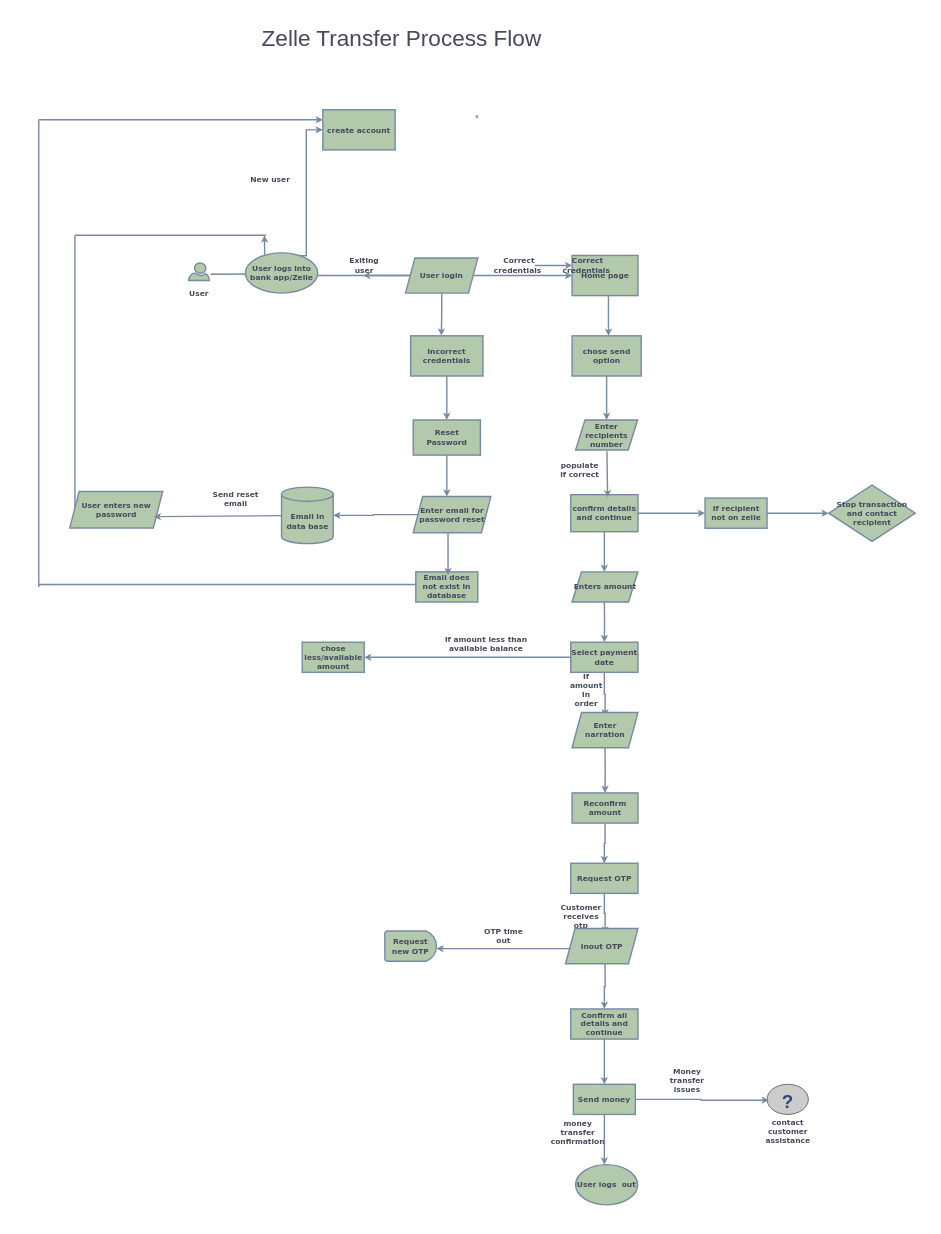
The draw.io diagram Zelle Transfer.drawio in Iriakuma/BusinessProcess-Flow, before the edit. Source tidied: cells renumbered, new cells numbered last; positions are measured from the earlier drawing's top-left corner, leaving out a move shared by most shapes. Both pictures are drawn from the tidied source at 47%, with x=0, y=0 at pixel (8, 8).
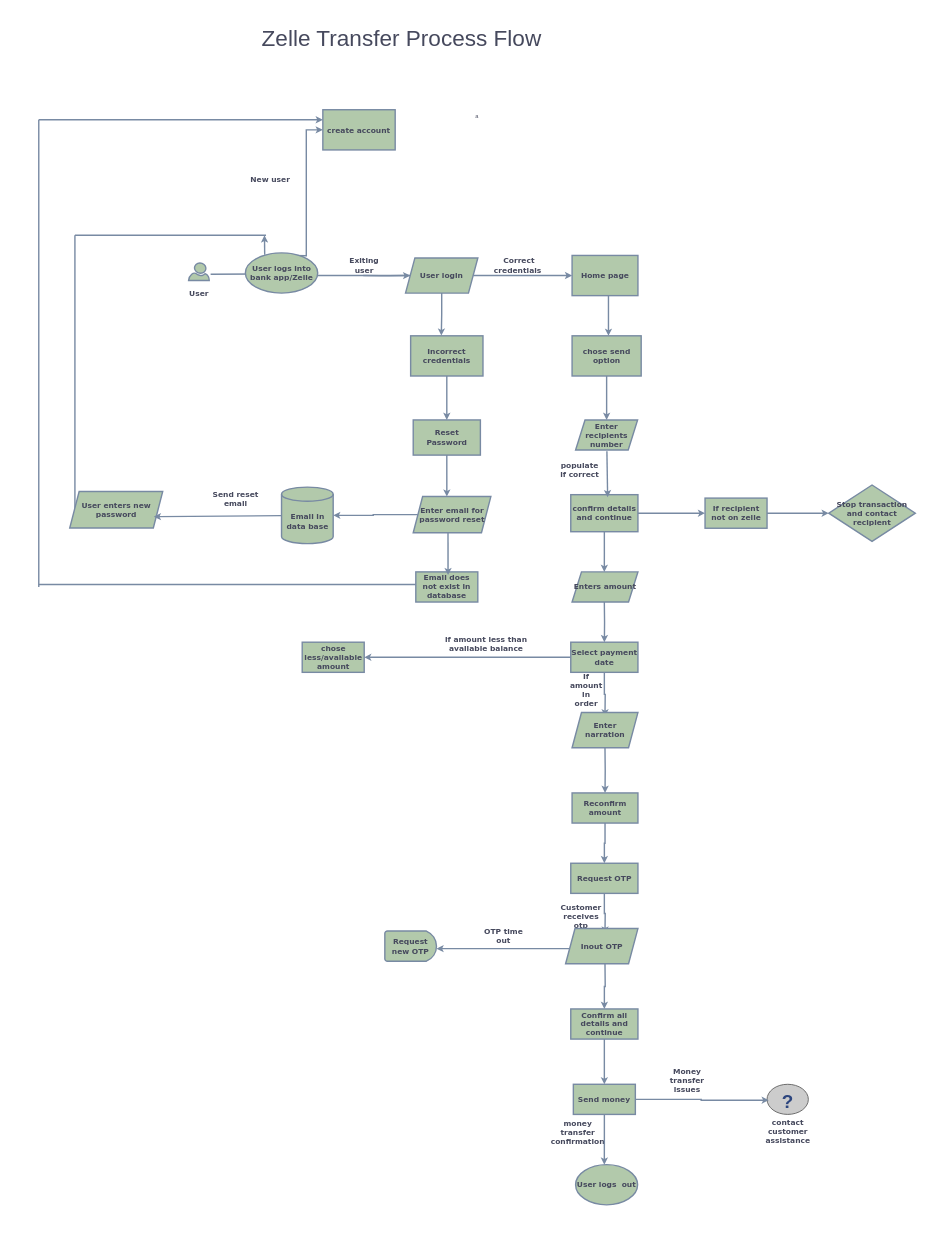
Above is the later version.

Unchanged cells that the change refers to:
```xml
<mxCell id="2" style="group;strokeWidth=3;whiteSpace=wrap;labelBackgroundColor=none;fontColor=#46495D;" parent="1" vertex="1">
  <mxGeometry x="66" y="216" width="1865" height="2330" as="geometry" />
</mxCell>
<mxCell id="3" value="a" style="group;strokeWidth=3;fontStyle=0;labelBorderColor=none;whiteSpace=wrap;labelBackgroundColor=none;fontColor=#46495D;" parent="2" vertex="1">
  <mxGeometry width="1865" height="2330" as="geometry" />
</mxCell>
<mxCell id="18" value="Correct credentials " style="text;align=center;verticalAlign=middle;whiteSpace=wrap;rounded=0;fontStyle=1;fontSize=16;fontFamily=Verdana;strokeWidth=3;labelBackgroundColor=none;fontColor=#46495D;" parent="3" vertex="1">
  <mxGeometry x="989.1" y="315.3" width="65.9" height="32.1" as="geometry" />
</mxCell>
<mxCell id="53" value="User login" style="shape=parallelogram;perimeter=parallelogramPerimeter;whiteSpace=wrap;fixedSize=1;rounded=0;fontStyle=1;fontSize=16;fontFamily=Verdana;strokeWidth=3;labelBackgroundColor=none;fillColor=#B2C9AB;strokeColor=#788AA3;fontColor=#46495D;" parent="3" vertex="1">
  <mxGeometry x="780.3" y="315.3" width="153.9" height="74.8" as="geometry" />
</mxCell>
```

The edit, as a diff of the source:
```diff
@@
-    <mxCell id="57" style="endArrow=none;rounded=0;entryX=0;entryY=0.5;entryDx=0;entryDy=0;fontStyle=1;fontSize=16;fontFamily=Verdana;strokeWidth=3;labelBackgroundColor=none;fontColor=default;strokeColor=#788AA3;" parent="3" edge="1" target="53">
+    <mxCell id="57" style="endArrow=none;rounded=0;entryX=0;entryY=0.5;entryDx=0;entryDy=0;fontStyle=1;fontSize=16;fontFamily=Verdana;strokeWidth=3;labelBackgroundColor=none;fontColor=default;strokeColor=#788AA3;exitX=0;exitY=0.5;exitDx=0;exitDy=0;" parent="3" edge="1" target="53">
       <mxGeometry relative="1" as="geometry">
         <mxPoint x="582.4" y="352.7" as="sourcePoint" />
       </mxGeometry>
     </mxCell>
@@
-    <mxCell id="78" value="Correct credentials " style="text;align=center;verticalAlign=middle;whiteSpace=wrap;rounded=0;fontStyle=1;fontSize=16;fontFamily=Verdana;strokeWidth=3;labelBackgroundColor=none;fontColor=#46495D;" parent="2" vertex="1">
-      <mxGeometry x="1135" y="315.3" width="65.9" height="32.1" as="geometry" />
-    </mxCell>
-    <mxCell id="79" style="edgeStyle=orthogonalEdgeStyle;jettySize=auto;html=1;strokeWidth=3;labelBackgroundColor=none;fontColor=default;strokeColor=#788AA3;" parent="2" edge="1" source="18" target="78">
-      <mxGeometry relative="1" as="geometry" />
-    </mxCell>
-    <mxCell id="80" style="edgeStyle=orthogonalEdgeStyle;jettySize=auto;html=1;strokeWidth=3;labelBackgroundColor=none;fontColor=default;strokeColor=#788AA3;" parent="1" edge="1" source="53">
+    <mxCell id="80" style="edgeStyle=orthogonalEdgeStyle;jettySize=auto;html=1;strokeWidth=3;labelBackgroundColor=none;fontColor=default;strokeColor=#788AA3;" parent="1" edge="1" target="53">
       <mxGeometry relative="1" as="geometry">
-        <mxPoint x="756.3" y="568.7" as="targetPoint" />
+        <mxPoint x="756.3" y="568.7" as="sourcePoint" />
       </mxGeometry>
     </mxCell>
```
